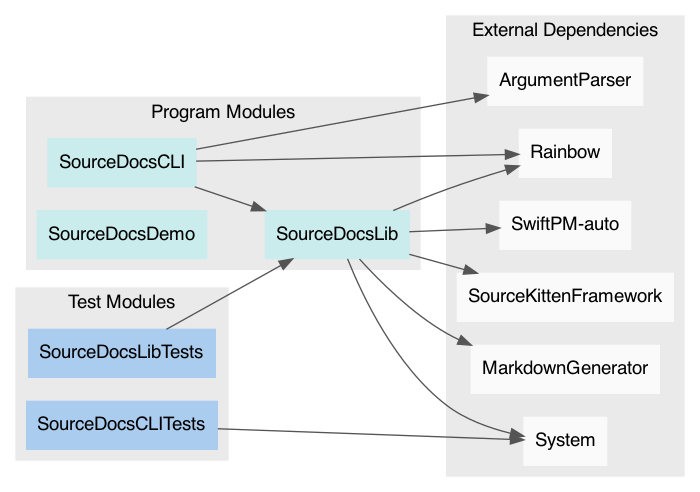
SourceDocs/SourceDocs keeps this Graphviz diagram as docs/PackageModules.png. Above is the earlier version. Its source is kept beside it as docs/PackageModules.dot. The source it was exported from:
```dot
digraph ModuleDependencyGraph {
    rankdir = LR
    graph [fontname="Helvetica-light", style = filled, color = "#eaeaea"]
    node [shape=box, fontname="Helvetica", style=filled]
    edge [color="#545454"]

    subgraph clusterRegular {
    label = "Program Modules"
    node [color="#caecec"]
    "SourceDocsCLI"
    "SourceDocsLib"
    "SourceDocsDemo"
}
    subgraph clusterTest {
    label = "Test Modules"
    node [color="#aaccee"]
    "SourceDocsCLITests"
    "SourceDocsLibTests"
}
    subgraph clusterExternal {
    label = "External Dependencies"
    node [color="#fafafa"]
    "ArgumentParser"
    "MarkdownGenerator"
    "Rainbow"
    "SourceKittenFramework"
    "SwiftPM-auto"
    "System"
}

    "SourceDocsCLI" -> "ArgumentParser"
    "SourceDocsCLI" -> "SourceDocsLib"
    "SourceDocsCLI" -> "Rainbow"
    "SourceDocsLib" -> "SourceKittenFramework"
    "SourceDocsLib" -> "SwiftPM-auto"
    "SourceDocsLib" -> "MarkdownGenerator"
    "SourceDocsLib" -> "Rainbow"
    "SourceDocsLib" -> "System"
    "SourceDocsCLITests" -> "System"
    "SourceDocsLibTests" -> "SourceDocsLib"
}
```
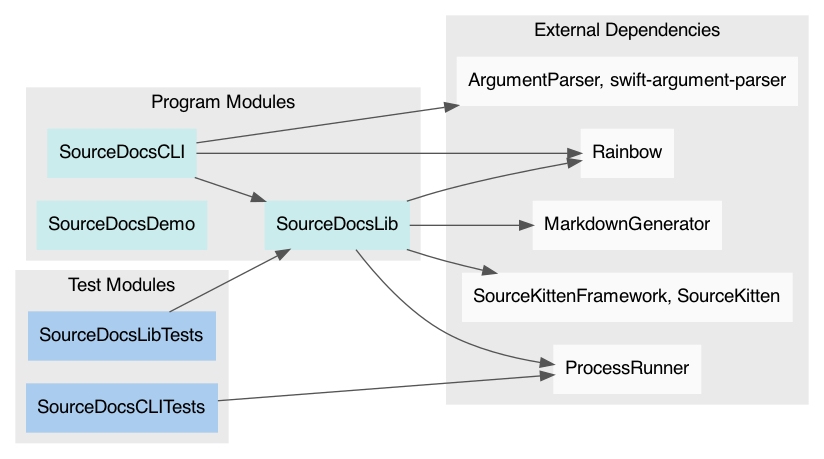
The same diagram one commit later.

The edit, as a diff of the source:
```diff
@@ -20,22 +20,20 @@
     subgraph clusterExternal {
     label = "External Dependencies"
     node [color="#fafafa"]
-    "ArgumentParser"
+    "ArgumentParser, swift-argument-parser"
     "MarkdownGenerator"
+    "ProcessRunner"
     "Rainbow"
-    "SourceKittenFramework"
-    "SwiftPM-auto"
-    "System"
+    "SourceKittenFramework, SourceKitten"
 }
 
-    "SourceDocsCLI" -> "ArgumentParser"
+    "SourceDocsCLI" -> "ArgumentParser, swift-argument-parser"
     "SourceDocsCLI" -> "SourceDocsLib"
     "SourceDocsCLI" -> "Rainbow"
-    "SourceDocsLib" -> "SourceKittenFramework"
-    "SourceDocsLib" -> "SwiftPM-auto"
+    "SourceDocsLib" -> "SourceKittenFramework, SourceKitten"
     "SourceDocsLib" -> "MarkdownGenerator"
     "SourceDocsLib" -> "Rainbow"
-    "SourceDocsLib" -> "System"
-    "SourceDocsCLITests" -> "System"
+    "SourceDocsLib" -> "ProcessRunner"
+    "SourceDocsCLITests" -> "ProcessRunner"
     "SourceDocsLibTests" -> "SourceDocsLib"
 }
```
